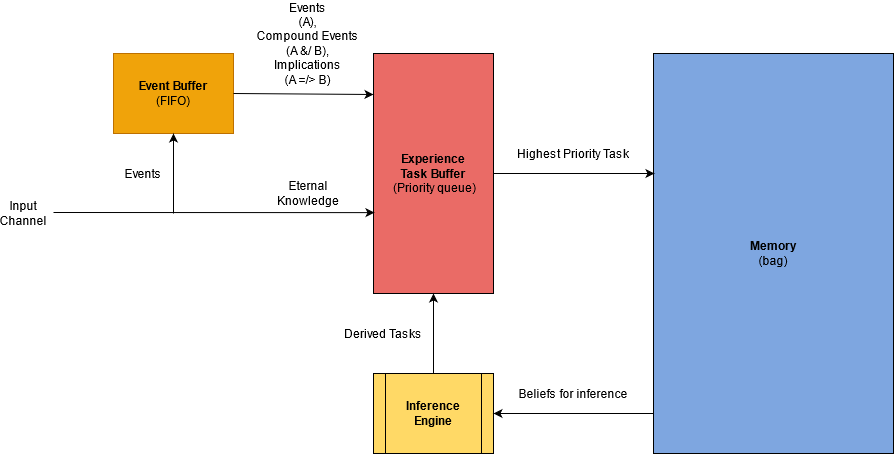
This is Documentation/Diagram.png from ccrock4t/NARS-Python, a draw.io export, as it was before one commit. Source tidied: cells renumbered, new cells last; positions are measured from the earlier drawing's top-left corner, leaving out a move shared by most shapes. Its diagram source:
```xml
<mxGraphModel>
  <root>
    <mxCell id="0" />
    <mxCell id="1" parent="0" />
    <mxCell id="2" value="&lt;div&gt;&lt;b&gt;Memory&lt;/b&gt;&lt;br&gt;&lt;/div&gt;&lt;div&gt;(bag)&lt;/div&gt;" style="rounded=0;whiteSpace=wrap;html=1;fillColor=#7EA6E0;" parent="1" vertex="1">
      <mxGeometry x="650" y="50" width="240" height="400" as="geometry" />
    </mxCell>
    <mxCell id="3" value="&lt;div&gt;&lt;b&gt;Experience&lt;br&gt;&lt;/b&gt;&lt;/div&gt;&lt;div&gt;&lt;b&gt;Task Buffer&lt;/b&gt;&lt;/div&gt;&amp;nbsp;(Priority queue)" style="rounded=0;whiteSpace=wrap;html=1;fillColor=#EA6B66;" parent="1" vertex="1">
      <mxGeometry x="370" y="50" width="120" height="240" as="geometry" />
    </mxCell>
    <mxCell id="4" value="&lt;div&gt;&lt;b&gt;Inference&lt;/b&gt;&lt;/div&gt;&lt;div&gt;&lt;b&gt;Engine&lt;br&gt;&lt;/b&gt;&lt;/div&gt;" style="shape=process;whiteSpace=wrap;html=1;backgroundOutline=1;fillColor=#FFD966;" parent="1" vertex="1">
      <mxGeometry x="370" y="370" width="120" height="80" as="geometry" />
    </mxCell>
    <mxCell id="5" style="endArrow=classic;html=1;fillColor=#ffffff;entryX=0.008;entryY=0.663;entryDx=0;entryDy=0;entryPerimeter=0;" parent="1" edge="1" target="3">
      <mxGeometry relative="1" as="geometry">
        <mxPoint x="50" y="209" as="sourcePoint" />
      </mxGeometry>
    </mxCell>
    <mxCell id="6" value="&lt;div&gt;Input&lt;/div&gt;&lt;div&gt;Channel&lt;br&gt;&lt;/div&gt;" style="text;html=1;strokeColor=none;fillColor=none;align=center;verticalAlign=middle;whiteSpace=wrap;rounded=0;" parent="1" vertex="1">
      <mxGeometry y="200" width="40" height="20" as="geometry" />
    </mxCell>
    <mxCell id="7" value="&lt;div&gt;&lt;b&gt;Event Buffer &lt;br&gt;&lt;/b&gt;&lt;/div&gt;&lt;div&gt;(FIFO)&lt;/div&gt;" style="rounded=0;whiteSpace=wrap;html=1;fillColor=#f0a30a;strokeColor=#BD7000;fontColor=#000000;" parent="1" vertex="1">
      <mxGeometry x="110" y="50" width="120" height="80" as="geometry" />
    </mxCell>
    <mxCell id="8" style="endArrow=classic;html=1;entryX=0.5;entryY=1;entryDx=0;entryDy=0;" parent="1" edge="1" target="7">
      <mxGeometry relative="1" as="geometry">
        <mxPoint x="170" y="210" as="sourcePoint" />
      </mxGeometry>
    </mxCell>
    <mxCell id="9" style="endArrow=classic;html=1;exitX=1;exitY=0.5;exitDx=0;exitDy=0;" parent="1" edge="1" source="7">
      <mxGeometry relative="1" as="geometry">
        <mxPoint x="370" y="91" as="targetPoint" />
      </mxGeometry>
    </mxCell>
    <mxCell id="10" value="Events" style="text;html=1;strokeColor=none;fillColor=none;align=center;verticalAlign=middle;whiteSpace=wrap;rounded=0;" parent="1" vertex="1">
      <mxGeometry x="120" y="160" width="40" height="20" as="geometry" />
    </mxCell>
    <mxCell id="11" value="Eternal Knowledge" style="text;html=1;strokeColor=none;fillColor=none;align=center;verticalAlign=middle;whiteSpace=wrap;rounded=0;" parent="1" vertex="1">
      <mxGeometry x="284.5" y="170" width="40" height="40" as="geometry" />
    </mxCell>
    <mxCell id="12" style="endArrow=classic;html=1;exitX=1;exitY=0.5;exitDx=0;exitDy=0;entryX=0.004;entryY=0.3;entryDx=0;entryDy=0;entryPerimeter=0;" parent="1" edge="1" source="3" target="2">
      <mxGeometry relative="1" as="geometry" />
    </mxCell>
    <mxCell id="13" value="Events&lt;br&gt;(A),&lt;br&gt;Compound Events&lt;br&gt;(A &amp;amp;/ B),&lt;br&gt;Implications&lt;br&gt;(A =/&amp;gt; B)" style="text;html=1;strokeColor=none;fillColor=none;align=center;verticalAlign=middle;whiteSpace=wrap;rounded=0;" parent="1" vertex="1">
      <mxGeometry x="239" width="131" height="80" as="geometry" />
    </mxCell>
    <mxCell id="14" value="&lt;div&gt;Highest Priority Task&lt;/div&gt;" style="text;html=1;strokeColor=none;fillColor=none;align=center;verticalAlign=middle;whiteSpace=wrap;rounded=0;" parent="1" vertex="1">
      <mxGeometry x="500" y="140" width="140" height="20" as="geometry" />
    </mxCell>
    <mxCell id="15" style="endArrow=classic;html=1;entryX=1;entryY=0.5;entryDx=0;entryDy=0;" parent="1" edge="1" target="4">
      <mxGeometry relative="1" as="geometry">
        <mxPoint x="650" y="410" as="sourcePoint" />
      </mxGeometry>
    </mxCell>
    <mxCell id="16" value="&lt;div&gt;Beliefs for inference&lt;/div&gt;" style="text;html=1;strokeColor=none;fillColor=none;align=center;verticalAlign=middle;whiteSpace=wrap;rounded=0;" parent="1" vertex="1">
      <mxGeometry x="430" y="380" width="280" height="20" as="geometry" />
    </mxCell>
    <mxCell id="17" style="endArrow=classic;html=1;exitX=0.5;exitY=0;exitDx=0;exitDy=0;entryX=0.5;entryY=1;entryDx=0;entryDy=0;" parent="1" edge="1" source="4" target="3">
      <mxGeometry relative="1" as="geometry" />
    </mxCell>
    <mxCell id="18" value="Derived Tasks" style="text;html=1;strokeColor=none;fillColor=none;align=center;verticalAlign=middle;whiteSpace=wrap;rounded=0;" parent="1" vertex="1">
      <mxGeometry x="310" y="320" width="140" height="20" as="geometry" />
    </mxCell>
  </root>
</mxGraphModel>
```
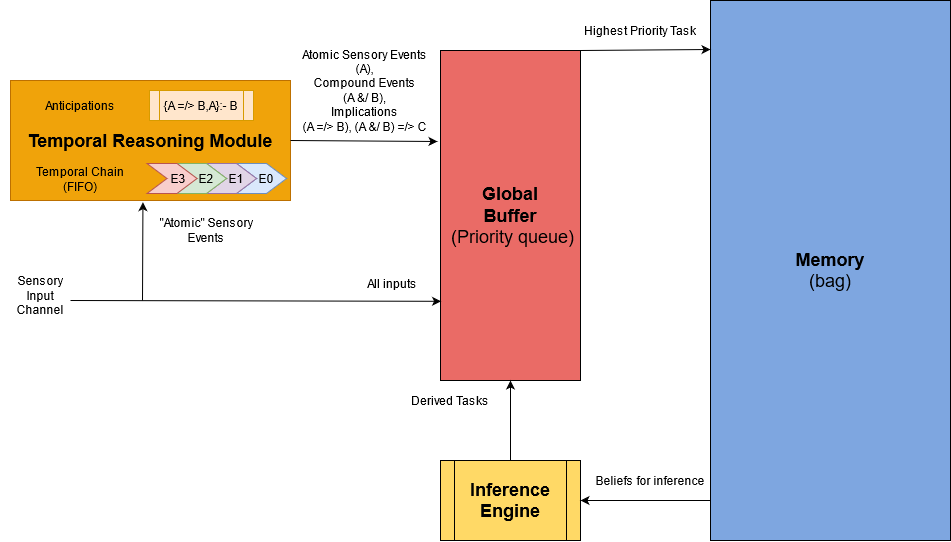
The same file after the commit.

Commit message:
Enforce invariable working cycle duration; do work until duration has elapsed. FFT on visual inputs (experimental)

Change to the diagram source:
```diff
@@ -2,50 +2,52 @@
   <root>
     <mxCell id="0" />
     <mxCell id="1" parent="0" />
-    <mxCell id="2" value="&lt;div&gt;&lt;b&gt;Memory&lt;/b&gt;&lt;br&gt;&lt;/div&gt;&lt;div&gt;(bag)&lt;/div&gt;" style="rounded=0;whiteSpace=wrap;html=1;fillColor=#7EA6E0;" parent="1" vertex="1">
-      <mxGeometry x="650" y="50" width="240" height="400" as="geometry" />
+    <mxCell id="2" value="&lt;div&gt;&lt;font style=&quot;font-size: 18px&quot;&gt;&lt;b&gt;Memory&lt;/b&gt;&lt;br&gt;&lt;/font&gt;&lt;/div&gt;&lt;div&gt;&lt;font style=&quot;font-size: 18px&quot;&gt;(bag)&lt;/font&gt;&lt;/div&gt;" style="rounded=0;whiteSpace=wrap;html=1;fillColor=#7EA6E0;" parent="1" vertex="1">
+      <mxGeometry x="650" y="-90" width="240" height="540" as="geometry" />
     </mxCell>
-    <mxCell id="3" value="&lt;div&gt;&lt;b&gt;Experience&lt;br&gt;&lt;/b&gt;&lt;/div&gt;&lt;div&gt;&lt;b&gt;Task Buffer&lt;/b&gt;&lt;/div&gt;&amp;nbsp;(Priority queue)" style="rounded=0;whiteSpace=wrap;html=1;fillColor=#EA6B66;" parent="1" vertex="1">
-      <mxGeometry x="370" y="50" width="120" height="240" as="geometry" />
+    <mxCell id="3" value="&lt;div&gt;&lt;font style=&quot;font-size: 18px&quot;&gt;&lt;b&gt;&lt;font style=&quot;font-size: 18px&quot;&gt;Global&lt;/font&gt;&lt;br&gt;&lt;/b&gt;&lt;/font&gt;&lt;/div&gt;&lt;div&gt;&lt;font style=&quot;font-size: 18px&quot;&gt;&lt;b&gt;Buffer&lt;/b&gt;&lt;/font&gt;&lt;/div&gt;&lt;font style=&quot;font-size: 18px&quot;&gt;&amp;nbsp;(Priority queue)&lt;/font&gt;" style="rounded=0;whiteSpace=wrap;html=1;fillColor=#EA6B66;" parent="1" vertex="1">
+      <mxGeometry x="380" y="-40" width="140" height="330" as="geometry" />
     </mxCell>
-    <mxCell id="4" value="&lt;div&gt;&lt;b&gt;Inference&lt;/b&gt;&lt;/div&gt;&lt;div&gt;&lt;b&gt;Engine&lt;br&gt;&lt;/b&gt;&lt;/div&gt;" style="shape=process;whiteSpace=wrap;html=1;backgroundOutline=1;fillColor=#FFD966;" parent="1" vertex="1">
-      <mxGeometry x="370" y="370" width="120" height="80" as="geometry" />
+    <mxCell id="4" value="&lt;div&gt;&lt;font style=&quot;font-size: 18px&quot;&gt;&lt;b&gt;Inference&lt;/b&gt;&lt;/font&gt;&lt;/div&gt;&lt;div&gt;&lt;font style=&quot;font-size: 18px&quot;&gt;&lt;b&gt;Engine&lt;br&gt;&lt;/b&gt;&lt;/font&gt;&lt;/div&gt;" style="shape=process;whiteSpace=wrap;html=1;backgroundOutline=1;fillColor=#FFD966;" parent="1" vertex="1">
+      <mxGeometry x="380" y="370" width="140" height="80" as="geometry" />
     </mxCell>
-    <mxCell id="5" style="endArrow=classic;html=1;fillColor=#ffffff;entryX=0.008;entryY=0.663;entryDx=0;entryDy=0;entryPerimeter=0;" parent="1" edge="1" target="3">
+    <mxCell id="5" style="endArrow=classic;html=1;fillColor=#ffffff;entryX=0.004;entryY=0.76;entryDx=0;entryDy=0;entryPerimeter=0;" parent="1" edge="1" target="3">
       <mxGeometry relative="1" as="geometry">
-        <mxPoint x="50" y="209" as="sourcePoint" />
+        <mxPoint x="10" y="210" as="sourcePoint" />
       </mxGeometry>
     </mxCell>
-    <mxCell id="6" value="&lt;div&gt;Input&lt;/div&gt;&lt;div&gt;Channel&lt;br&gt;&lt;/div&gt;" style="text;html=1;strokeColor=none;fillColor=none;align=center;verticalAlign=middle;whiteSpace=wrap;rounded=0;" parent="1" vertex="1">
-      <mxGeometry y="200" width="40" height="20" as="geometry" />
+    <mxCell id="6" value="&lt;div&gt;Sensory&lt;br&gt;&lt;/div&gt;&lt;div&gt;Input&lt;/div&gt;&lt;div&gt;Channel&lt;br&gt;&lt;/div&gt;" style="text;html=1;strokeColor=none;fillColor=none;align=center;verticalAlign=middle;whiteSpace=wrap;rounded=0;" parent="1" vertex="1">
+      <mxGeometry x="-40" y="195" width="40" height="20" as="geometry" />
     </mxCell>
-    <mxCell id="7" value="&lt;div&gt;&lt;b&gt;Event Buffer &lt;br&gt;&lt;/b&gt;&lt;/div&gt;&lt;div&gt;(FIFO)&lt;/div&gt;" style="rounded=0;whiteSpace=wrap;html=1;fillColor=#f0a30a;strokeColor=#BD7000;fontColor=#000000;" parent="1" vertex="1">
-      <mxGeometry x="110" y="50" width="120" height="80" as="geometry" />
+    <mxCell id="7" value="&lt;font style=&quot;font-size: 18px&quot;&gt;&lt;b&gt;Temporal Reasoning Module &lt;br&gt;&lt;/b&gt;&lt;/font&gt;" style="rounded=0;whiteSpace=wrap;html=1;fillColor=#f0a30a;strokeColor=#BD7000;fontColor=#000000;" parent="1" vertex="1">
+      <mxGeometry x="-50" y="-10" width="280" height="120" as="geometry" />
     </mxCell>
-    <mxCell id="8" style="endArrow=classic;html=1;entryX=0.5;entryY=1;entryDx=0;entryDy=0;" parent="1" edge="1" target="7">
+    <mxCell id="8" style="endArrow=classic;html=1;entryX=0.473;entryY=1.014;entryDx=0;entryDy=0;entryPerimeter=0;" parent="1" edge="1" target="7">
       <mxGeometry relative="1" as="geometry">
-        <mxPoint x="170" y="210" as="sourcePoint" />
+        <mxPoint x="82" y="210" as="sourcePoint" />
       </mxGeometry>
     </mxCell>
     <mxCell id="9" style="endArrow=classic;html=1;exitX=1;exitY=0.5;exitDx=0;exitDy=0;" parent="1" edge="1" source="7">
       <mxGeometry relative="1" as="geometry">
-        <mxPoint x="370" y="91" as="targetPoint" />
+        <mxPoint x="377" y="51" as="targetPoint" />
       </mxGeometry>
     </mxCell>
-    <mxCell id="10" value="Events" style="text;html=1;strokeColor=none;fillColor=none;align=center;verticalAlign=middle;whiteSpace=wrap;rounded=0;" parent="1" vertex="1">
-      <mxGeometry x="120" y="160" width="40" height="20" as="geometry" />
+    <mxCell id="10" value="&quot;Atomic&quot; Sensory Events" style="text;html=1;strokeColor=none;fillColor=none;align=center;verticalAlign=middle;whiteSpace=wrap;rounded=0;" parent="1" vertex="1">
+      <mxGeometry x="79" y="130" width="134" height="20" as="geometry" />
     </mxCell>
-    <mxCell id="11" value="Eternal Knowledge" style="text;html=1;strokeColor=none;fillColor=none;align=center;verticalAlign=middle;whiteSpace=wrap;rounded=0;" parent="1" vertex="1">
-      <mxGeometry x="284.5" y="170" width="40" height="40" as="geometry" />
+    <mxCell id="11" value="All inputs" style="text;html=1;strokeColor=none;fillColor=none;align=center;verticalAlign=middle;whiteSpace=wrap;rounded=0;" parent="1" vertex="1">
+      <mxGeometry x="270" y="175" width="124.5" height="35" as="geometry" />
     </mxCell>
-    <mxCell id="12" style="endArrow=classic;html=1;exitX=1;exitY=0.5;exitDx=0;exitDy=0;entryX=0.004;entryY=0.3;entryDx=0;entryDy=0;entryPerimeter=0;" parent="1" edge="1" source="3" target="2">
-      <mxGeometry relative="1" as="geometry" />
+    <mxCell id="12" style="endArrow=classic;html=1;exitX=1;exitY=0;exitDx=0;exitDy=0;" parent="1" edge="1" source="3">
+      <mxGeometry relative="1" as="geometry">
+        <mxPoint x="650" y="-41" as="targetPoint" />
+      </mxGeometry>
     </mxCell>
-    <mxCell id="13" value="Events&lt;br&gt;(A),&lt;br&gt;Compound Events&lt;br&gt;(A &amp;amp;/ B),&lt;br&gt;Implications&lt;br&gt;(A =/&amp;gt; B)" style="text;html=1;strokeColor=none;fillColor=none;align=center;verticalAlign=middle;whiteSpace=wrap;rounded=0;" parent="1" vertex="1">
-      <mxGeometry x="239" width="131" height="80" as="geometry" />
+    <mxCell id="13" value="Atomic Sensory Events&lt;br&gt;(A),&lt;br&gt;Compound Events&lt;br&gt;(A &amp;amp;/ B),&lt;br&gt;Implications&lt;br&gt;(A =/&amp;gt; B), (A &amp;amp;/ B) =/&amp;gt; C" style="text;html=1;strokeColor=none;fillColor=none;align=center;verticalAlign=middle;whiteSpace=wrap;rounded=0;" parent="1" vertex="1">
+      <mxGeometry x="239" y="-40" width="131" height="80" as="geometry" />
     </mxCell>
     <mxCell id="14" value="&lt;div&gt;Highest Priority Task&lt;/div&gt;" style="text;html=1;strokeColor=none;fillColor=none;align=center;verticalAlign=middle;whiteSpace=wrap;rounded=0;" parent="1" vertex="1">
-      <mxGeometry x="500" y="140" width="140" height="20" as="geometry" />
+      <mxGeometry x="510" y="-70" width="140" height="20" as="geometry" />
     </mxCell>
     <mxCell id="15" style="endArrow=classic;html=1;entryX=1;entryY=0.5;entryDx=0;entryDy=0;" parent="1" edge="1" target="4">
       <mxGeometry relative="1" as="geometry">
@@ -53,13 +55,46 @@
       </mxGeometry>
     </mxCell>
     <mxCell id="16" value="&lt;div&gt;Beliefs for inference&lt;/div&gt;" style="text;html=1;strokeColor=none;fillColor=none;align=center;verticalAlign=middle;whiteSpace=wrap;rounded=0;" parent="1" vertex="1">
-      <mxGeometry x="430" y="380" width="280" height="20" as="geometry" />
+      <mxGeometry x="450" y="380" width="280" height="20" as="geometry" />
     </mxCell>
     <mxCell id="17" style="endArrow=classic;html=1;exitX=0.5;exitY=0;exitDx=0;exitDy=0;entryX=0.5;entryY=1;entryDx=0;entryDy=0;" parent="1" edge="1" source="4" target="3">
       <mxGeometry relative="1" as="geometry" />
     </mxCell>
     <mxCell id="18" value="Derived Tasks" style="text;html=1;strokeColor=none;fillColor=none;align=center;verticalAlign=middle;whiteSpace=wrap;rounded=0;" parent="1" vertex="1">
-      <mxGeometry x="310" y="320" width="140" height="20" as="geometry" />
+      <mxGeometry x="320" y="300" width="140" height="20" as="geometry" />
     </mxCell>
+    <mxCell id="19" style="shape=step;perimeter=stepPerimeter;whiteSpace=wrap;html=1;fixedSize=1;fillColor=#dae8fc;strokeColor=#6c8ebf;" parent="1" vertex="1">
+      <mxGeometry x="176" y="73" width="50" height="30" as="geometry" />
+    </mxCell>
+    <mxCell id="20" value="&lt;div align=&quot;center&quot;&gt;Temporal Chain&lt;br&gt;&lt;/div&gt;&lt;div align=&quot;center&quot;&gt;(FIFO)&lt;/div&gt;" style="text;whiteSpace=wrap;html=1;align=center;" parent="1" vertex="1">
+      <mxGeometry x="-60" y="68" width="160" height="30" as="geometry" />
+    </mxCell>
+    <mxCell id="21" style="shape=step;perimeter=stepPerimeter;whiteSpace=wrap;html=1;fixedSize=1;fillColor=#e1d5e7;strokeColor=#9673a6;" parent="1" vertex="1">
+      <mxGeometry x="146" y="73" width="50" height="30" as="geometry" />
+    </mxCell>
+    <mxCell id="22" value="E0" style="text;html=1;strokeColor=none;fillColor=none;align=center;verticalAlign=middle;whiteSpace=wrap;rounded=0;" parent="1" vertex="1">
+      <mxGeometry x="186" y="78" width="40" height="20" as="geometry" />
+    </mxCell>
+    <mxCell id="23" value="E1" style="text;html=1;strokeColor=none;fillColor=none;align=center;verticalAlign=middle;whiteSpace=wrap;rounded=0;" parent="1" vertex="1">
+      <mxGeometry x="156" y="78" width="40" height="20" as="geometry" />
+    </mxCell>
+    <mxCell id="24" value="Anticipations" style="text;html=1;strokeColor=none;fillColor=none;align=center;verticalAlign=middle;whiteSpace=wrap;rounded=0;" parent="1" vertex="1">
+      <mxGeometry y="5" width="40" height="20" as="geometry" />
+    </mxCell>
+    <mxCell id="25" value="{A =/&amp;gt; B,A}:- B" style="shape=process;whiteSpace=wrap;html=1;backgroundOutline=1;fillColor=#ffe6cc;strokeColor=#d79b00;" parent="1" vertex="1">
+      <mxGeometry x="89" width="104" height="30" as="geometry" />
+    </mxCell>
+    <mxCell id="26" style="shape=step;perimeter=stepPerimeter;whiteSpace=wrap;html=1;fixedSize=1;fillColor=#d5e8d4;strokeColor=#82b366;" parent="1" vertex="1">
+      <mxGeometry x="116" y="73" width="50" height="30" as="geometry" />
+    </mxCell>
+    <mxCell id="27" value="E2" style="text;html=1;strokeColor=none;fillColor=none;align=center;verticalAlign=middle;whiteSpace=wrap;rounded=0;" parent="1" vertex="1">
+      <mxGeometry x="126" y="78" width="40" height="20" as="geometry" />
+    </mxCell>
+    <mxCell id="28" style="shape=step;perimeter=stepPerimeter;whiteSpace=wrap;html=1;fixedSize=1;fillColor=#f8cecc;strokeColor=#b85450;" parent="1" vertex="1">
+      <mxGeometry x="86.5" y="73" width="50" height="30" as="geometry" />
+    </mxCell>
+    <mxCell id="29" value="E3" style="text;html=1;strokeColor=none;fillColor=none;align=center;verticalAlign=middle;whiteSpace=wrap;rounded=0;" parent="1" vertex="1">
+      <mxGeometry x="97.5" y="78" width="40" height="20" as="geometry" />
+    </mxCell>
   </root>
 </mxGraphModel>
```
